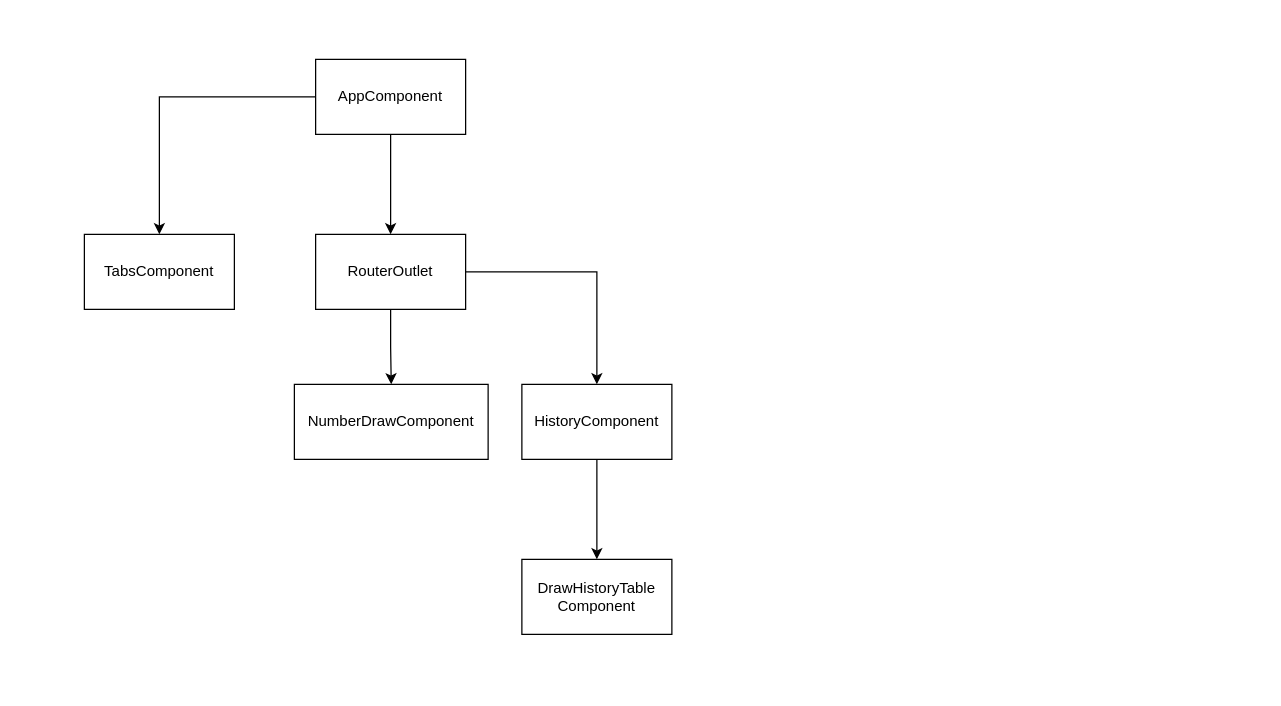
This is diagrams/component-tree.drawio from ciurtetudorcatalin/lottery-draw, a draw.io file, before an edit. Source tidied: cells renumbered, new cells numbered last; positions are measured from the earlier drawing's top-left corner, leaving out a move shared by most shapes. Both pictures are drawn from the tidied source at 125%, with x=0, y=0 at pixel (84, 59).
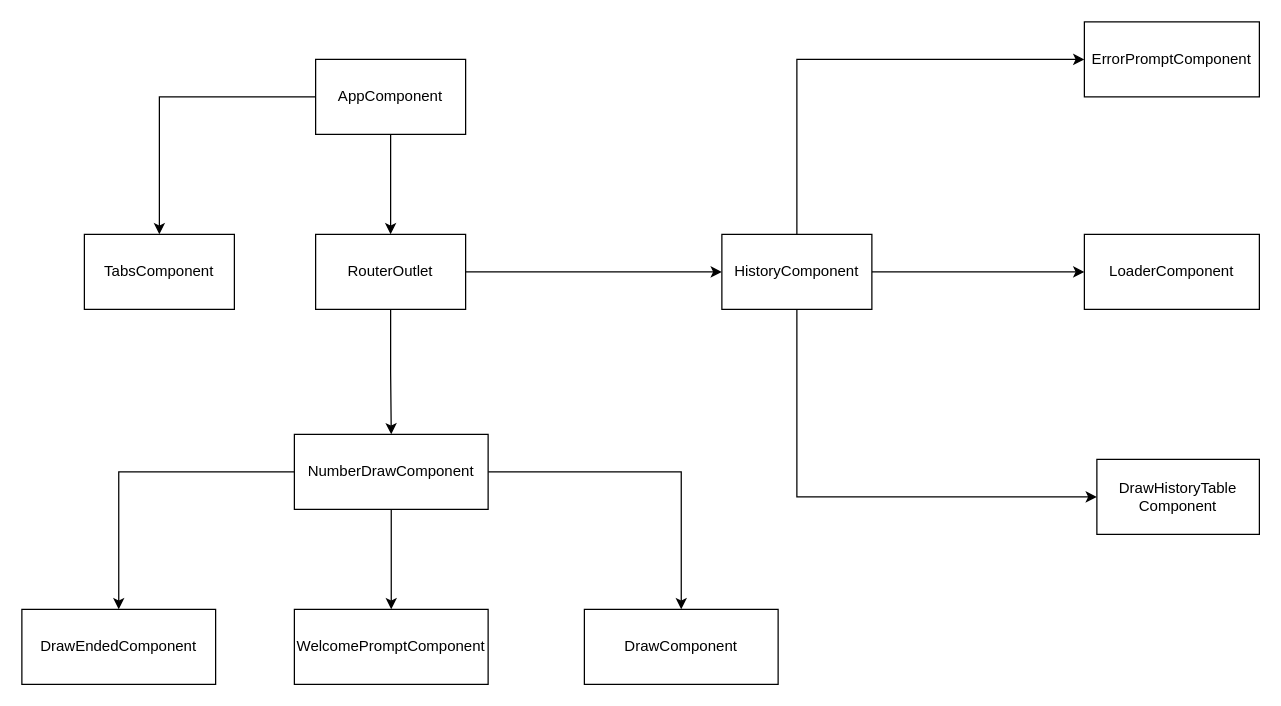
The same diagram, later.

The edit, as a diff of the source:
```diff
@@
     <mxCell id="9" style="edgeStyle=orthogonalEdgeStyle;rounded=0;jettySize=auto;html=1;" parent="1" edge="1" source="10" target="12">
-      <mxGeometry relative="1" as="geometry" />
+      <mxGeometry relative="1" as="geometry">
+        <Array as="points">
+          <mxPoint x="570" y="350" />
+        </Array>
+      </mxGeometry>
     </mxCell>
+    <mxCell id="13" style="edgeStyle=orthogonalEdgeStyle;rounded=0;jettySize=auto;html=1;" parent="1" edge="1" source="10" target="18">
+      <mxGeometry relative="1" as="geometry" />
+    </mxCell>
+    <mxCell id="14" style="edgeStyle=orthogonalEdgeStyle;rounded=0;jettySize=auto;html=1;entryX=0;entryY=0.5;entryDx=0;entryDy=0;exitX=0.5;exitY=0;exitDx=0;exitDy=0;" parent="1" edge="1" source="10" target="19">
+      <mxGeometry relative="1" as="geometry" />
+    </mxCell>
     <mxCell id="10" value="HistoryComponent" style="rounded=0;whiteSpace=wrap;html=1;" parent="1" vertex="1">
-      <mxGeometry x="350" y="260" width="120" height="60" as="geometry" />
+      <mxGeometry x="510" y="140" width="120" height="60" as="geometry" />
     </mxCell>
+    <mxCell id="15" style="edgeStyle=orthogonalEdgeStyle;rounded=0;jettySize=auto;html=1;" parent="1" edge="1" source="11" target="20">
+      <mxGeometry relative="1" as="geometry" />
+    </mxCell>
+    <mxCell id="16" style="edgeStyle=orthogonalEdgeStyle;rounded=0;jettySize=auto;html=1;entryX=0.5;entryY=0;entryDx=0;entryDy=0;exitX=1;exitY=0.5;exitDx=0;exitDy=0;" parent="1" edge="1" source="11" target="21">
+      <mxGeometry relative="1" as="geometry" />
+    </mxCell>
+    <mxCell id="17" style="edgeStyle=orthogonalEdgeStyle;rounded=0;jettySize=auto;html=1;entryX=0.5;entryY=0;entryDx=0;entryDy=0;" parent="1" edge="1" source="11" target="22">
+      <mxGeometry relative="1" as="geometry" />
+    </mxCell>
     <mxCell id="11" value="NumberDrawComponent" style="rounded=0;whiteSpace=wrap;html=1;" parent="1" vertex="1">
-      <mxGeometry x="168" y="260" width="155" height="60" as="geometry" />
+      <mxGeometry x="168" y="300" width="155" height="60" as="geometry" />
     </mxCell>
     <mxCell id="12" value="DrawHistoryTable&lt;br&gt;Component" style="rounded=0;whiteSpace=wrap;html=1;" parent="1" vertex="1">
-      <mxGeometry x="350" y="400" width="120" height="60" as="geometry" />
+      <mxGeometry x="810" y="320" width="130" height="60" as="geometry" />
     </mxCell>
+    <mxCell id="18" value="LoaderComponent" style="rounded=0;whiteSpace=wrap;html=1;" parent="1" vertex="1">
+      <mxGeometry x="800" y="140" width="140" height="60" as="geometry" />
+    </mxCell>
+    <mxCell id="19" value="ErrorPromptComponent" style="rounded=0;whiteSpace=wrap;html=1;" parent="1" vertex="1">
+      <mxGeometry x="800" y="-30" width="140" height="60" as="geometry" />
+    </mxCell>
+    <mxCell id="20" value="WelcomePromptComponent" style="rounded=0;whiteSpace=wrap;html=1;" parent="1" vertex="1">
+      <mxGeometry x="168" y="440" width="155" height="60" as="geometry" />
+    </mxCell>
+    <mxCell id="21" value="DrawComponent" style="rounded=0;whiteSpace=wrap;html=1;" parent="1" vertex="1">
+      <mxGeometry x="400" y="440" width="155" height="60" as="geometry" />
+    </mxCell>
+    <mxCell id="22" value="DrawEndedComponent" style="rounded=0;whiteSpace=wrap;html=1;" parent="1" vertex="1">
+      <mxGeometry x="-50" y="440" width="155" height="60" as="geometry" />
+    </mxCell>
```
